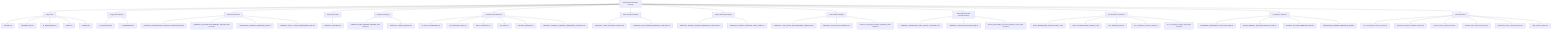
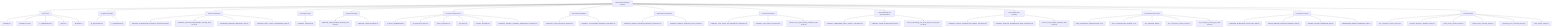
graph TD
    root["ToneSoul Documentation Authority"]
    root --> entrypoints["Entry Points"]
    entrypoints --> entrypoints_1["README.md"]
    entrypoints --> entrypoints_2["README.zh-TW.md"]
    entrypoints --> entrypoints_3["AI_ONBOARDING.md"]
    entrypoints --> entrypoints_4["INDEX.md"]
    entrypoints --> entrypoints_5["README.md"]
    root --> ai_operational_guides["AI Operational Guides"]
    ai_operational_guides --> ai_operational_guides_1["AI_QUICKSTART.md"]
    ai_operational_guides --> ai_operational_guides_2["AI_REFERENCE.md"]
    root --> canonical_architecture["Canonical Architecture"]
    canonical_architecture --> canonical_architecture_1["TONESOUL_EXTERNALIZED_COGNITIVE_ARCHITECTURE.md"]
    canonical_architecture --> canonical_architecture_2["TONESOUL_ARCHITECTURE_MEMORY_ANCHOR_2026-03-22.md"]
    canonical_architecture --> canonical_architecture_3["KNOWLEDGE_SURFACES_BOUNDARY_MAP.md"]
    canonical_architecture --> canonical_architecture_4["TONESOUL_EIGHT_LAYER_CONVERGENCE_MAP.md"]
    root --> deep_system_maps["Deep System Maps"]
    deep_system_maps --> deep_system_maps_1["TONESOUL_ANATOMY.md"]
    root --> interpretive_readings["Interpretive Readings"]
    interpretive_readings --> interpretive_readings_1["TONESOUL_DEEP_READING_ANCHOR_2026-03-26.md"]
    interpretive_readings --> interpretive_readings_2["TONESOUL_CODEX_READING.md"]
    root --> governance_execution["Governance And Execution"]
    governance_execution --> governance_execution_1["7D_AUDIT_FRAMEWORK.md"]
    governance_execution --> governance_execution_2["7D_EXECUTION_SPEC.md"]
    governance_execution --> governance_execution_3["AUDIT_CONTRACT.md"]
    governance_execution --> governance_execution_4["API_SPEC.md"]
    governance_execution --> governance_execution_5["COUNCIL_RUNTIME.md"]
    governance_execution --> governance_execution_6["TONESOUL_SHARED_R_MEMORY_OPERATIONS_CONTRACT.md"]
    root --> claim_authority_distillation["Claim Authority Distillation"]
    claim_authority_distillation --> claim_authority_distillation_1["TONESOUL_CLAIM_AUTHORITY_MATRIX.md"]
    claim_authority_distillation --> claim_authority_distillation_2["TONESOUL_LAW_RUNTIME_BOUNDARY_CONTRACT.md"]
    root --> subject_refresh_boundaries["Subject Refresh Boundaries"]
    subject_refresh_boundaries --> subject_refresh_boundaries_1["TONESOUL_SUBJECT_REFRESH_BOUNDARY_CONTRACT.md"]
    subject_refresh_boundaries --> subject_refresh_boundaries_2["TONESOUL_SUBJECT_SNAPSHOT_FIELD_LANES.md"]
    root --> control_plane_discipline["Control Plane Discipline"]
    control_plane_discipline --> control_plane_discipline_1["TONESOUL_TASK_TRACK_AND_READINESS_CONTRACT.md"]
    control_plane_discipline --> control_plane_discipline_2["TONESOUL_PLAN_DELTA_CONTRACT.md"]
    control_plane_discipline --> control_plane_discipline_3["tonesoul_control_plane_followup_candidates_2026-03-28.md"]
    root --> observable_shell_and_axiom_boundaries["Observable-Shell And Axiom Boundaries"]
    observable_shell_and_axiom_boundaries --> observable_shell_and_axiom_boundaries_1["TONESOUL_OBSERVABLE_SHELL_OPACITY_CONTRACT.md"]
    observable_shell_and_axiom_boundaries --> observable_shell_and_axiom_boundaries_2["TONESOUL_AXIOM_FALSIFICATION_MAP.md"]
    observable_shell_and_axiom_boundaries --> observable_shell_and_axiom_boundaries_3["tonesoul_observability_and_axiom_adoption_review_2026-03-28.md"]
+     root --> council_deliberation_discipline["Council Deliberation Discipline"]
+     council_deliberation_discipline --> council_deliberation_discipline_1["TONESOUL_COUNCIL_DOSSIER_AND_DISSENT_CONTRACT.md"]
+     council_deliberation_discipline --> council_deliberation_discipline_2["TONESOUL_ADAPTIVE_DELIBERATION_MODE_CONTRACT.md"]
+     council_deliberation_discipline --> council_deliberation_discipline_3["tonesoul_council_followup_candidates_2026-03-28.md"]
    root --> doc_governance["Documentation Governance"]
    doc_governance --> doc_governance_1["DOCS_INFORMATION_ARCHITECTURE_v1.md"]
    doc_governance --> doc_governance_2["DOCS_CLASSIFICATION_LEDGER_v1.md"]
    doc_governance --> doc_governance_3["FILE_PURPOSE_MAP.md"]
    doc_governance --> doc_governance_4["doc_convergence_inventory_latest.json"]
    doc_governance --> doc_governance_5["doc_convergence_cleanup_plan_2026-03-22.md"]
    root --> convergence_contracts["Convergence Contracts"]
    convergence_contracts --> convergence_contracts_1["BASENAME_DIVERGENCE_DISTILLATION_MAP.md"]
    convergence_contracts --> convergence_contracts_2["PRIVATE_MEMORY_SHADOW_BOUNDARY_MAP.md"]
    convergence_contracts --> convergence_contracts_3["PARADOX_FIXTURE_OWNERSHIP_MAP.md"]
    convergence_contracts --> convergence_contracts_4["ENGINEERING_MIRROR_OWNERSHIP_MAP.md"]
    root --> generated_status["Generated Status"]
    generated_status --> generated_status_1["doc_convergence_inventory_latest.json"]
    generated_status --> generated_status_2["basename_divergence_distillation_latest.json"]
    generated_status --> generated_status_3["private_memory_shadow_latest.json"]
    generated_status --> generated_status_4["paradox_fixture_ownership_latest.json"]
    generated_status --> generated_status_5["engineering_mirror_ownership_latest.json"]
    generated_status --> generated_status_6["claim_authority_latest.json"]
